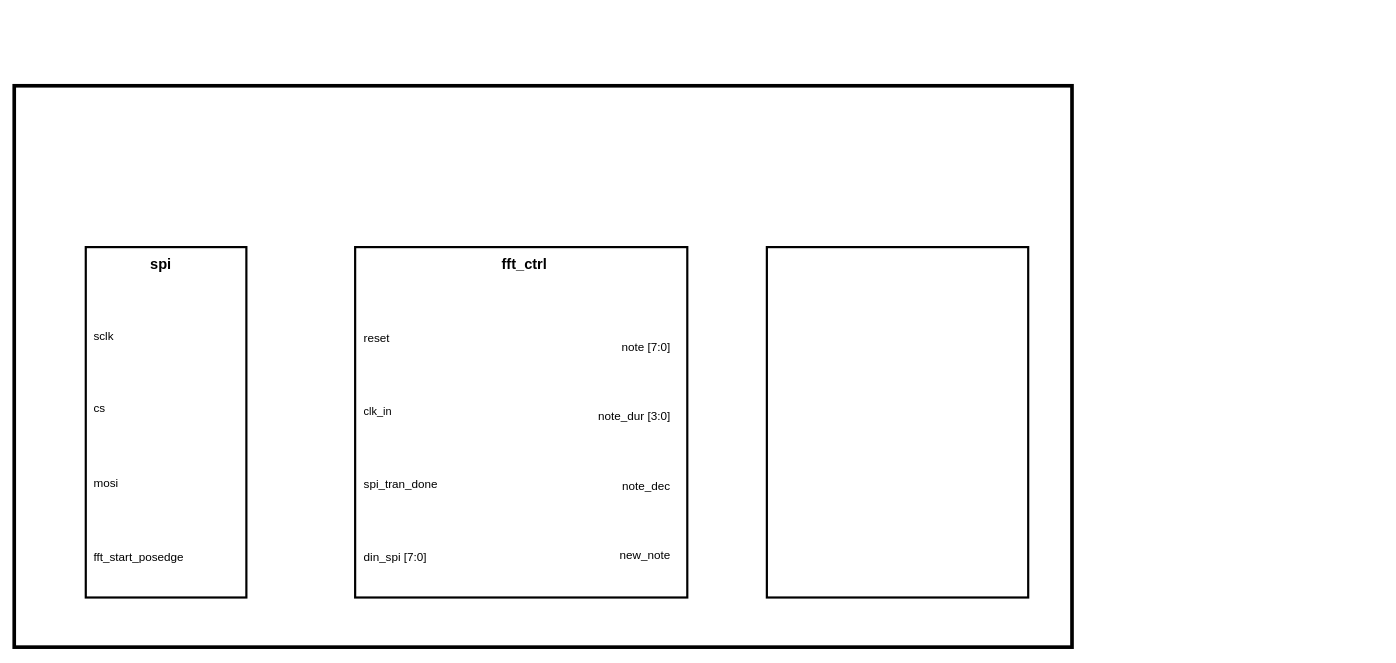
Above: top_bd.drawio in juliacygong/E155-final-project (draw.io), before the change. Source tidied: cells renumbered, new cells numbered last; positions are measured from the earlier drawing's top-left corner, leaving out a move shared by most shapes. Both pictures are drawn from the tidied source at 73%, with x=0, y=0 at pixel (14, 85).
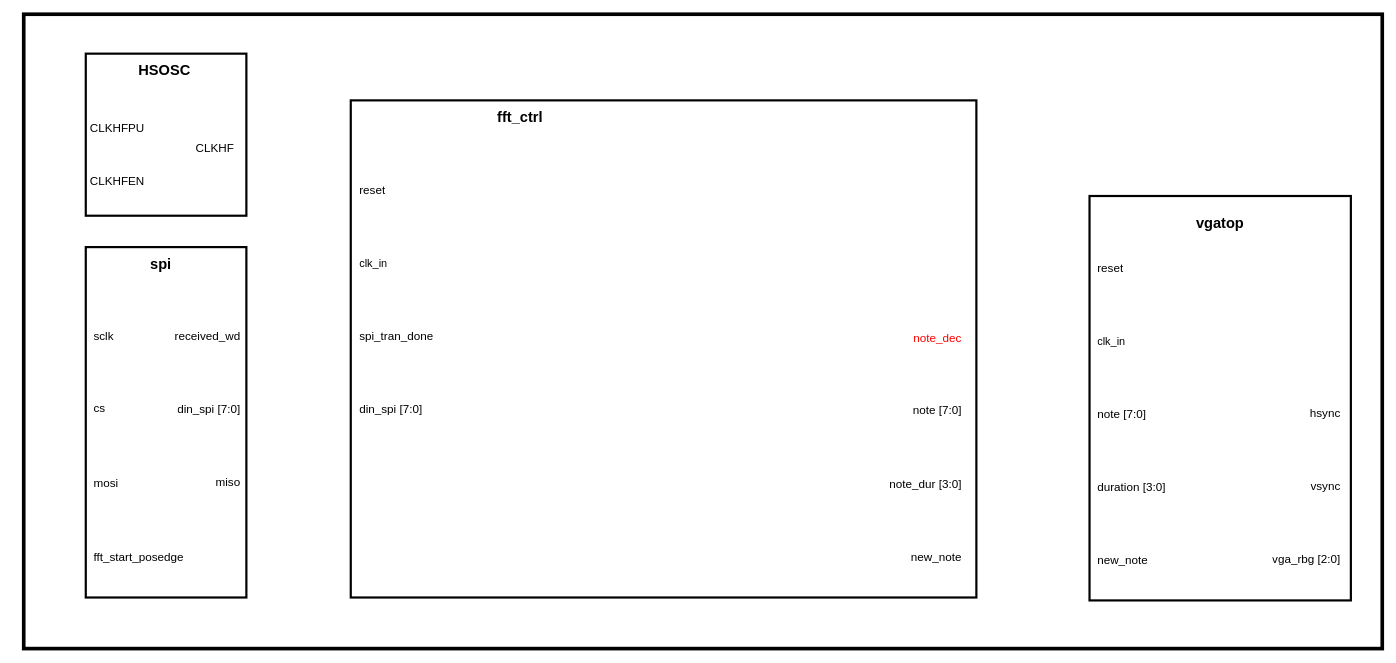
After the change.

The edit, as a diff of the source:
```diff
@@
     <mxCell id="2" style="rounded=0;whiteSpace=wrap;html=1;strokeWidth=5;" parent="1" vertex="1">
-      <mxGeometry width="1449" height="769" as="geometry" />
+      <mxGeometry x="13" y="-98" width="1861" height="869" as="geometry" />
     </mxCell>
@@
     <mxCell id="4" style="rounded=0;whiteSpace=wrap;html=1;strokeWidth=3;" parent="1" vertex="1">
-      <mxGeometry x="467" y="221" width="455" height="480" as="geometry" />
+      <mxGeometry x="461" y="20" width="857" height="681" as="geometry" />
     </mxCell>
     <mxCell id="5" style="rounded=0;whiteSpace=wrap;html=1;strokeWidth=3;" parent="1" vertex="1">
-      <mxGeometry x="1031" y="221" width="358" height="480" as="geometry" />
+      <mxGeometry x="1473" y="151" width="358" height="554" as="geometry" />
     </mxCell>
@@
     <mxCell id="16" value="fft_ctrl" style="text;html=1;whiteSpace=wrap;strokeColor=none;fillColor=none;align=center;verticalAlign=middle;rounded=0;fontSize=20;fontStyle=1;" parent="1" vertex="1">
-      <mxGeometry x="669" y="227" width="60" height="33" as="geometry" />
+      <mxGeometry x="663" y="25" width="60" height="33" as="geometry" />
     </mxCell>
     <mxCell id="17" style="shape=table;startSize=0;childLayout=tableLayout;fontSize=11;fillColor=none;strokeColor=none;" parent="1" vertex="1">
-      <mxGeometry x="472" y="295" width="152" height="400" as="geometry" />
+      <mxGeometry x="466" y="93" width="152" height="400" as="geometry" />
     </mxCell>
@@
     <mxCell id="26" style="shape=table;startSize=0;childLayout=tableLayout;fontSize=11;fillColor=none;strokeColor=none;align=right;" parent="1" vertex="1">
-      <mxGeometry x="720" y="310" width="181" height="380" as="geometry" />
+      <mxGeometry x="1168" y="295" width="132" height="400" as="geometry" />
     </mxCell>
+    <mxCell id="31" style="shape=tableRow;horizontal=0;startSize=0;swimlaneHead=0;swimlaneBody=0;strokeColor=inherit;top=0;left=0;bottom=0;right=0;fillColor=none;fontSize=16;" parent="26" vertex="1">
+      <mxGeometry width="132" height="99" as="geometry" />
+    </mxCell>
+    <mxCell id="32" value="note_dec" style="shape=partialRectangle;html=1;whiteSpace=wrap;strokeColor=inherit;overflow=hidden;fillColor=none;top=0;left=0;bottom=0;right=0;fontSize=16;align=right;spacingLeft=5;fontColor=#FF0000;" parent="31" vertex="1">
+      <mxGeometry width="132" height="99" as="geometry" />
+    </mxCell>
     <mxCell id="27" style="shape=tableRow;horizontal=0;startSize=0;swimlaneHead=0;swimlaneBody=0;strokeColor=inherit;top=0;left=0;bottom=0;right=0;fillColor=none;fontSize=16;" parent="26" vertex="1">
-      <mxGeometry width="181" height="95" as="geometry" />
+      <mxGeometry y="99" width="132" height="100" as="geometry" />
     </mxCell>
     <mxCell id="28" value="note [7:0]" style="shape=partialRectangle;html=1;whiteSpace=wrap;strokeColor=inherit;overflow=hidden;fillColor=none;top=0;left=0;bottom=0;right=0;fontSize=16;align=right;spacingLeft=5;" parent="27" vertex="1">
-      <mxGeometry width="181" height="95" as="geometry" />
+      <mxGeometry width="132" height="100" as="geometry" />
     </mxCell>
     <mxCell id="29" style="shape=tableRow;horizontal=0;startSize=0;swimlaneHead=0;swimlaneBody=0;strokeColor=inherit;top=0;left=0;bottom=0;right=0;fillColor=none;fontSize=16;" parent="26" vertex="1">
-      <mxGeometry y="95" width="181" height="96" as="geometry" />
+      <mxGeometry y="199" width="132" height="101" as="geometry" />
     </mxCell>
     <mxCell id="30" value="note_dur [3:0]" style="shape=partialRectangle;html=1;whiteSpace=wrap;strokeColor=inherit;overflow=hidden;fillColor=none;top=0;left=0;bottom=0;right=0;fontSize=16;align=right;spacingLeft=5;" parent="29" vertex="1">
-      <mxGeometry width="181" height="96" as="geometry" />
+      <mxGeometry width="132" height="101" as="geometry" />
     </mxCell>
-    <mxCell id="31" style="shape=tableRow;horizontal=0;startSize=0;swimlaneHead=0;swimlaneBody=0;strokeColor=inherit;top=0;left=0;bottom=0;right=0;fillColor=none;fontSize=16;" parent="26" vertex="1">
-      <mxGeometry y="191" width="181" height="94" as="geometry" />
-    </mxCell>
-    <mxCell id="32" value="note_dec" style="shape=partialRectangle;html=1;whiteSpace=wrap;strokeColor=inherit;overflow=hidden;fillColor=none;top=0;left=0;bottom=0;right=0;fontSize=16;align=right;spacingLeft=5;" parent="31" vertex="1">
-      <mxGeometry width="181" height="94" as="geometry" />
-    </mxCell>
     <mxCell id="33" style="shape=tableRow;horizontal=0;startSize=0;swimlaneHead=0;swimlaneBody=0;strokeColor=inherit;top=0;left=0;bottom=0;right=0;fillColor=none;fontSize=16;" parent="26" vertex="1">
-      <mxGeometry y="285" width="181" height="95" as="geometry" />
+      <mxGeometry y="300" width="132" height="100" as="geometry" />
     </mxCell>
     <mxCell id="34" value="new_note" style="shape=partialRectangle;html=1;whiteSpace=wrap;strokeColor=inherit;overflow=hidden;fillColor=none;top=0;left=0;bottom=0;right=0;fontSize=16;align=right;spacingLeft=5;" parent="33" vertex="1">
-      <mxGeometry width="181" height="95" as="geometry" />
+      <mxGeometry width="132" height="100" as="geometry" />
     </mxCell>
+    <mxCell id="35" value="vgatop" style="text;html=1;whiteSpace=wrap;strokeColor=none;fillColor=none;align=center;verticalAlign=middle;rounded=0;fontSize=20;fontStyle=1;" parent="1" vertex="1">
+      <mxGeometry x="1622" y="165" width="60" height="44" as="geometry" />
+    </mxCell>
+    <mxCell id="36" style="shape=table;startSize=0;childLayout=tableLayout;fontSize=11;fillColor=none;strokeColor=none;" parent="1" vertex="1">
+      <mxGeometry x="1477" y="199" width="130" height="500" as="geometry" />
+    </mxCell>
+    <mxCell id="37" style="shape=tableRow;horizontal=0;startSize=0;swimlaneHead=0;swimlaneBody=0;strokeColor=inherit;top=0;left=0;bottom=0;right=0;fillColor=none;fontSize=16;" parent="36" vertex="1">
+      <mxGeometry width="130" height="100" as="geometry" />
+    </mxCell>
+    <mxCell id="38" value="reset" style="shape=partialRectangle;html=1;whiteSpace=wrap;strokeColor=inherit;overflow=hidden;fillColor=none;top=0;left=0;bottom=0;right=0;fontSize=16;align=left;spacingLeft=5;" parent="37" vertex="1">
+      <mxGeometry width="130" height="100" as="geometry" />
+    </mxCell>
+    <mxCell id="39" style="shape=tableRow;horizontal=0;startSize=0;swimlaneHead=0;swimlaneBody=0;strokeColor=inherit;top=0;left=0;bottom=0;right=0;fillColor=none;fontSize=16;" parent="36" vertex="1">
+      <mxGeometry y="100" width="130" height="100" as="geometry" />
+    </mxCell>
+    <mxCell id="40" value="clk_in" style="shape=partialRectangle;html=1;whiteSpace=wrap;strokeColor=inherit;overflow=hidden;fillColor=none;top=0;left=0;bottom=0;right=0;fontSize=15;align=left;spacingLeft=5;" parent="39" vertex="1">
+      <mxGeometry width="130" height="100" as="geometry" />
+    </mxCell>
+    <mxCell id="41" style="shape=tableRow;horizontal=0;startSize=0;swimlaneHead=0;swimlaneBody=0;strokeColor=inherit;top=0;left=0;bottom=0;right=0;fillColor=none;fontSize=16;" parent="36" vertex="1">
+      <mxGeometry y="200" width="130" height="100" as="geometry" />
+    </mxCell>
+    <mxCell id="42" value="note [7:0]" style="shape=partialRectangle;html=1;whiteSpace=wrap;strokeColor=inherit;overflow=hidden;fillColor=none;top=0;left=0;bottom=0;right=0;fontSize=16;align=left;spacingLeft=5;" parent="41" vertex="1">
+      <mxGeometry width="130" height="100" as="geometry" />
+    </mxCell>
+    <mxCell id="43" style="shape=tableRow;horizontal=0;startSize=0;swimlaneHead=0;swimlaneBody=0;strokeColor=inherit;top=0;left=0;bottom=0;right=0;fillColor=none;fontSize=16;" parent="36" vertex="1">
+      <mxGeometry y="300" width="130" height="100" as="geometry" />
+    </mxCell>
+    <mxCell id="44" value="duration [3:0]" style="shape=partialRectangle;html=1;whiteSpace=wrap;strokeColor=inherit;overflow=hidden;fillColor=none;top=0;left=0;bottom=0;right=0;fontSize=16;align=left;spacingLeft=5;" parent="43" vertex="1">
+      <mxGeometry width="130" height="100" as="geometry" />
+    </mxCell>
+    <mxCell id="45" style="shape=tableRow;horizontal=0;startSize=0;swimlaneHead=0;swimlaneBody=0;strokeColor=inherit;top=0;left=0;bottom=0;right=0;fillColor=none;fontSize=16;" parent="36" vertex="1">
+      <mxGeometry y="400" width="130" height="100" as="geometry" />
+    </mxCell>
+    <mxCell id="46" value="new_note" style="shape=partialRectangle;html=1;whiteSpace=wrap;strokeColor=inherit;overflow=hidden;fillColor=none;top=0;left=0;bottom=0;right=0;fontSize=16;align=left;spacingLeft=5;" parent="45" vertex="1">
+      <mxGeometry width="130" height="100" as="geometry" />
+    </mxCell>
+    <mxCell id="47" style="shape=table;startSize=0;childLayout=tableLayout;fontSize=11;fillColor=none;strokeColor=none;" parent="1" vertex="1">
+      <mxGeometry x="180" y="293" width="132" height="301" as="geometry" />
+    </mxCell>
+    <mxCell id="48" style="shape=tableRow;horizontal=0;startSize=0;swimlaneHead=0;swimlaneBody=0;strokeColor=inherit;top=0;left=0;bottom=0;right=0;fillColor=none;fontSize=16;" parent="47" vertex="1">
+      <mxGeometry width="132" height="100" as="geometry" />
+    </mxCell>
+    <mxCell id="49" value="received_wd" style="shape=partialRectangle;html=1;whiteSpace=wrap;strokeColor=inherit;overflow=hidden;fillColor=none;top=0;left=0;bottom=0;right=0;fontSize=16;align=right;spacingLeft=5;" parent="48" vertex="1">
+      <mxGeometry width="132" height="100" as="geometry" />
+    </mxCell>
+    <mxCell id="50" style="shape=tableRow;horizontal=0;startSize=0;swimlaneHead=0;swimlaneBody=0;strokeColor=inherit;top=0;left=0;bottom=0;right=0;fillColor=none;fontSize=16;" parent="47" vertex="1">
+      <mxGeometry y="100" width="132" height="100" as="geometry" />
+    </mxCell>
+    <mxCell id="51" value="din_spi [7:0]" style="shape=partialRectangle;html=1;whiteSpace=wrap;strokeColor=inherit;overflow=hidden;fillColor=none;top=0;left=0;bottom=0;right=0;fontSize=16;align=right;spacingLeft=5;" parent="50" vertex="1">
+      <mxGeometry width="132" height="100" as="geometry" />
+    </mxCell>
+    <mxCell id="52" style="shape=tableRow;horizontal=0;startSize=0;swimlaneHead=0;swimlaneBody=0;strokeColor=inherit;top=0;left=0;bottom=0;right=0;fillColor=none;fontSize=16;" parent="47" vertex="1">
+      <mxGeometry y="200" width="132" height="100" as="geometry" />
+    </mxCell>
+    <mxCell id="53" value="miso" style="shape=partialRectangle;html=1;whiteSpace=wrap;strokeColor=inherit;overflow=hidden;fillColor=none;top=0;left=0;bottom=0;right=0;fontSize=16;align=right;spacingLeft=5;" parent="52" vertex="1">
+      <mxGeometry width="132" height="100" as="geometry" />
+    </mxCell>
+    <mxCell id="54" style="shape=tableRow;horizontal=0;startSize=0;swimlaneHead=0;swimlaneBody=0;strokeColor=inherit;top=0;left=0;bottom=0;right=0;fillColor=none;fontSize=16;" parent="47" vertex="1">
+      <mxGeometry y="300" width="132" height="1" as="geometry" />
+    </mxCell>
+    <mxCell id="55" style="shape=partialRectangle;html=1;whiteSpace=wrap;strokeColor=inherit;overflow=hidden;fillColor=none;top=0;left=0;bottom=0;right=0;fontSize=12;align=left;spacingLeft=5;" parent="54" vertex="1">
+      <mxGeometry width="132" height="1" as="geometry" />
+    </mxCell>
+    <mxCell id="56" style="shape=table;startSize=0;childLayout=tableLayout;fontSize=16;fillColor=none;strokeColor=none;align=right;" parent="1" vertex="1">
+      <mxGeometry x="1706" y="398" width="113" height="301" as="geometry" />
+    </mxCell>
+    <mxCell id="57" style="shape=tableRow;horizontal=0;startSize=0;swimlaneHead=0;swimlaneBody=0;strokeColor=inherit;top=0;left=0;bottom=0;right=0;fillColor=none;fontSize=16;align=right;" parent="56" vertex="1">
+      <mxGeometry width="113" height="100" as="geometry" />
+    </mxCell>
+    <mxCell id="58" value="hsync" style="shape=partialRectangle;html=1;whiteSpace=wrap;strokeColor=inherit;overflow=hidden;fillColor=none;top=0;left=0;bottom=0;right=0;fontSize=16;align=right;spacingLeft=5;" parent="57" vertex="1">
+      <mxGeometry width="113" height="100" as="geometry" />
+    </mxCell>
+    <mxCell id="59" style="shape=tableRow;horizontal=0;startSize=0;swimlaneHead=0;swimlaneBody=0;strokeColor=inherit;top=0;left=0;bottom=0;right=0;fillColor=none;fontSize=16;align=right;" parent="56" vertex="1">
+      <mxGeometry y="100" width="113" height="100" as="geometry" />
+    </mxCell>
+    <mxCell id="60" value="vsync" style="shape=partialRectangle;html=1;whiteSpace=wrap;strokeColor=inherit;overflow=hidden;fillColor=none;top=0;left=0;bottom=0;right=0;fontSize=16;align=right;spacingLeft=5;" parent="59" vertex="1">
+      <mxGeometry width="113" height="100" as="geometry" />
+    </mxCell>
+    <mxCell id="61" style="shape=tableRow;horizontal=0;startSize=0;swimlaneHead=0;swimlaneBody=0;strokeColor=inherit;top=0;left=0;bottom=0;right=0;fillColor=none;fontSize=16;align=right;" parent="56" vertex="1">
+      <mxGeometry y="200" width="113" height="100" as="geometry" />
+    </mxCell>
+    <mxCell id="62" value="vga_rbg [2:0]" style="shape=partialRectangle;html=1;whiteSpace=wrap;strokeColor=inherit;overflow=hidden;fillColor=none;top=0;left=0;bottom=0;right=0;fontSize=16;align=right;spacingLeft=5;" parent="61" vertex="1">
+      <mxGeometry width="113" height="100" as="geometry" />
+    </mxCell>
+    <mxCell id="63" style="shape=tableRow;horizontal=0;startSize=0;swimlaneHead=0;swimlaneBody=0;strokeColor=inherit;top=0;left=0;bottom=0;right=0;fillColor=none;fontSize=16;align=right;" parent="56" vertex="1">
+      <mxGeometry y="300" width="113" height="1" as="geometry" />
+    </mxCell>
+    <mxCell id="64" style="shape=partialRectangle;html=1;whiteSpace=wrap;strokeColor=inherit;overflow=hidden;fillColor=none;top=0;left=0;bottom=0;right=0;fontSize=16;align=right;spacingLeft=5;" parent="63" vertex="1">
+      <mxGeometry width="113" height="1" as="geometry" />
+    </mxCell>
+    <mxCell id="65" style="rounded=0;whiteSpace=wrap;html=1;strokeWidth=3;" parent="1" vertex="1">
+      <mxGeometry x="98" y="-44" width="220" height="222" as="geometry" />
+    </mxCell>
+    <mxCell id="66" value="HSOSC" style="text;html=1;whiteSpace=wrap;strokeColor=none;fillColor=none;align=center;verticalAlign=middle;rounded=0;fontStyle=1;fontSize=20;" parent="1" vertex="1">
+      <mxGeometry x="167" y="-38" width="78" height="32" as="geometry" />
+    </mxCell>
+    <mxCell id="67" value="CLKHFPU" style="text;html=1;whiteSpace=wrap;strokeColor=none;fillColor=none;align=left;verticalAlign=middle;rounded=0;fontSize=16;" parent="1" vertex="1">
+      <mxGeometry x="102" y="39" width="60" height="37" as="geometry" />
+    </mxCell>
+    <mxCell id="68" value="CLKHFEN" style="text;html=1;whiteSpace=wrap;strokeColor=none;fillColor=none;align=left;verticalAlign=middle;rounded=0;fontSize=16;" parent="1" vertex="1">
+      <mxGeometry x="102" y="109" width="60" height="42" as="geometry" />
+    </mxCell>
+    <mxCell id="69" value="CLKHF" style="text;html=1;whiteSpace=wrap;strokeColor=none;fillColor=none;align=center;verticalAlign=middle;rounded=0;fontSize=16;" parent="1" vertex="1">
+      <mxGeometry x="245" y="70" width="60" height="30" as="geometry" />
+    </mxCell>
```
